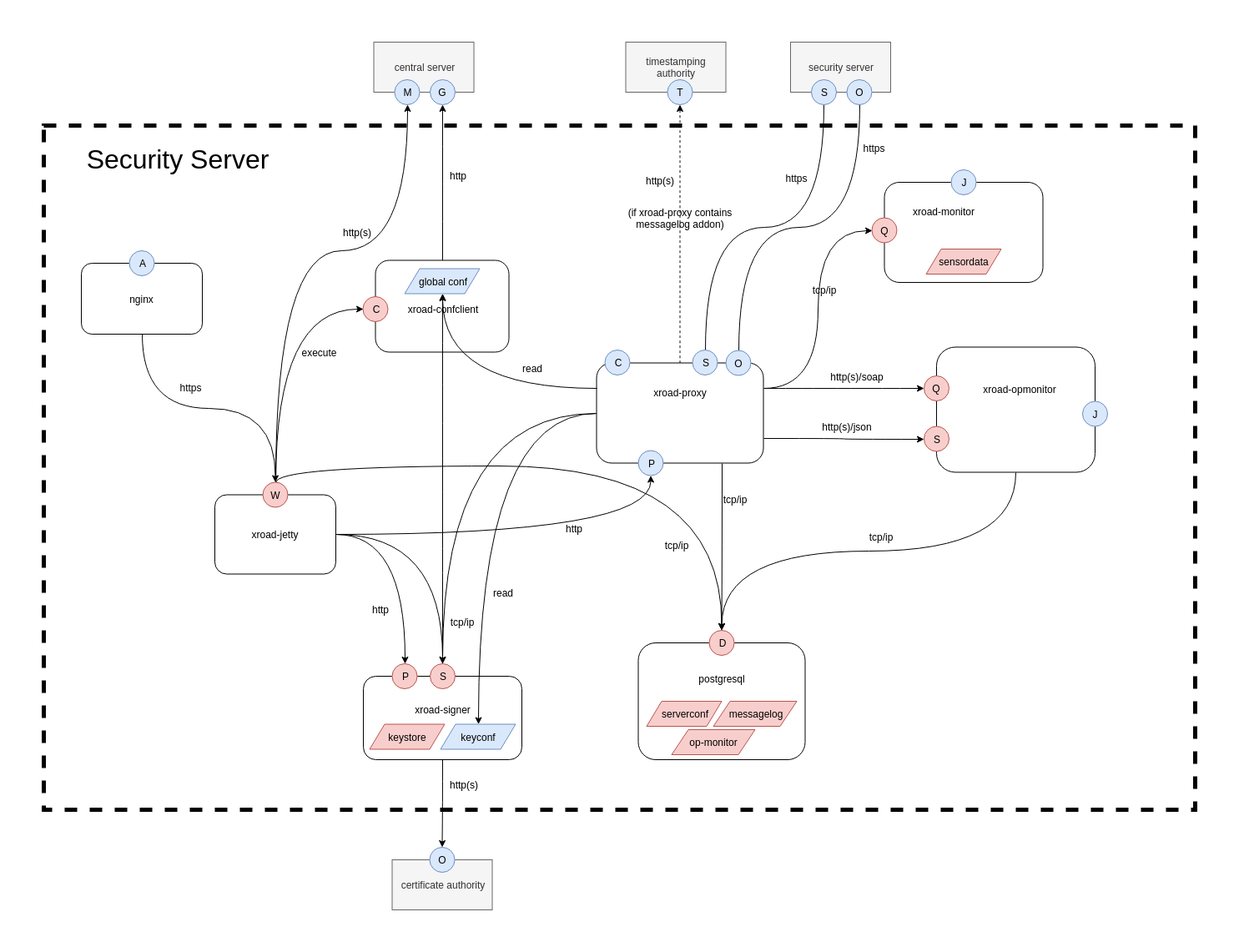
Above: doc/Architecture/img/arc-ss_security_server_process_diagram.png in nordic-institute/X-Road (draw.io), before the change. Source tidied: cells renumbered, new cells last; positions are measured from the earlier drawing's top-left corner, leaving out a move shared by most shapes.
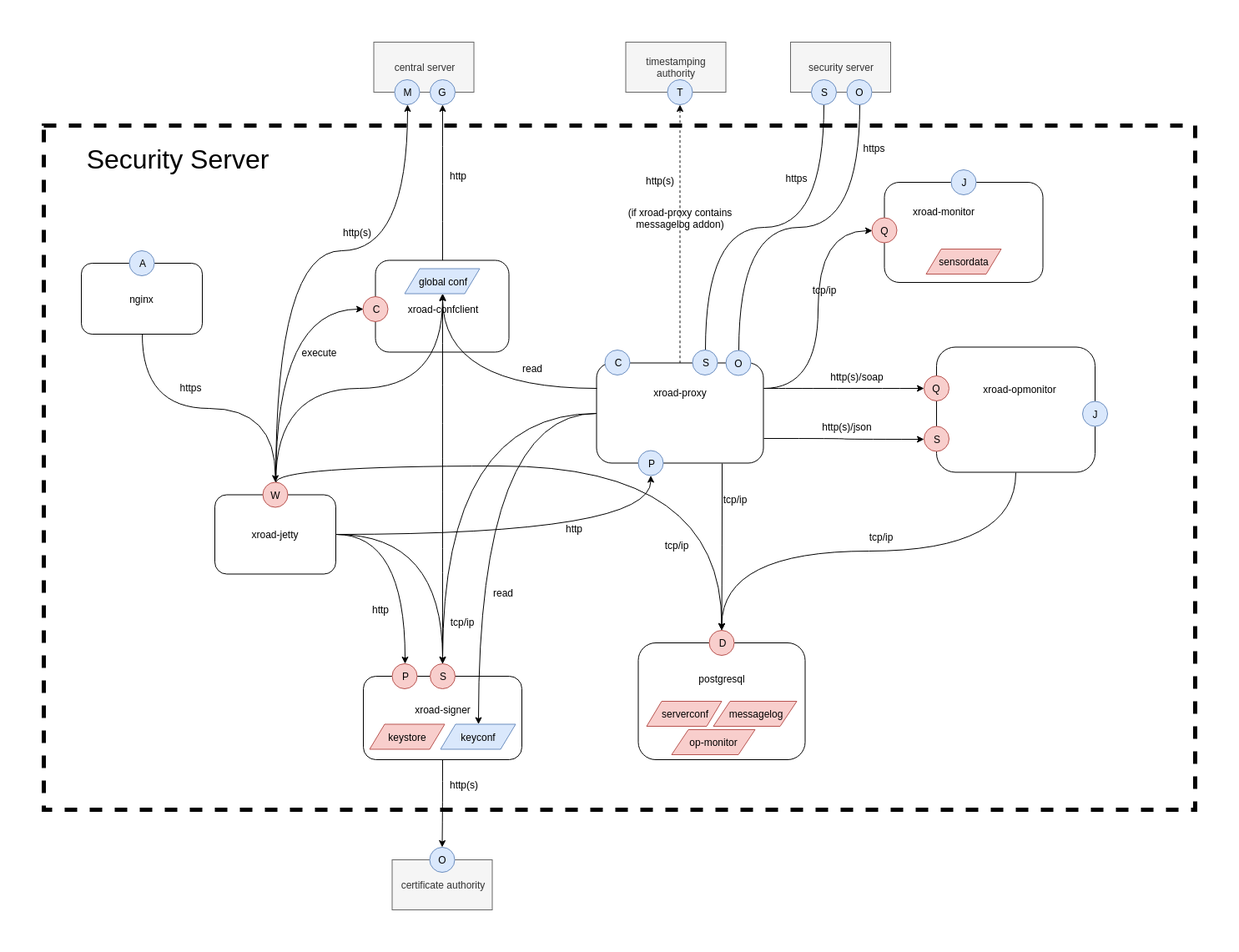
The same diagram one commit later.

Commit message:
XRDDEV-125 Update Security Server architecture document

The edit, as a diff of the source:
```diff
@@ -151,6 +151,9 @@
     <mxCell id="49" style="edgeStyle=orthogonalEdgeStyle;curved=1;rounded=0;jettySize=auto;html=1;exitX=0.5;exitY=0;exitDx=0;exitDy=0;" parent="1" edge="1" source="50" target="22">
       <mxGeometry relative="1" as="geometry" />
     </mxCell>
+    <mxCell id="91" style="edgeStyle=orthogonalEdgeStyle;rounded=0;jettySize=auto;html=1;curved=1;exitX=0.5;exitY=0;exitDx=0;exitDy=0;" parent="1" edge="1" source="50" target="34">
+      <mxGeometry relative="1" as="geometry" />
+    </mxCell>
     <mxCell id="50" value="W" style="ellipse;whiteSpace=wrap;html=1;fillColor=#f8cecc;strokeColor=#b85450;" parent="1" vertex="1">
       <mxGeometry x="262.5" y="527.5" width="30" height="30" as="geometry" />
     </mxCell>
```
